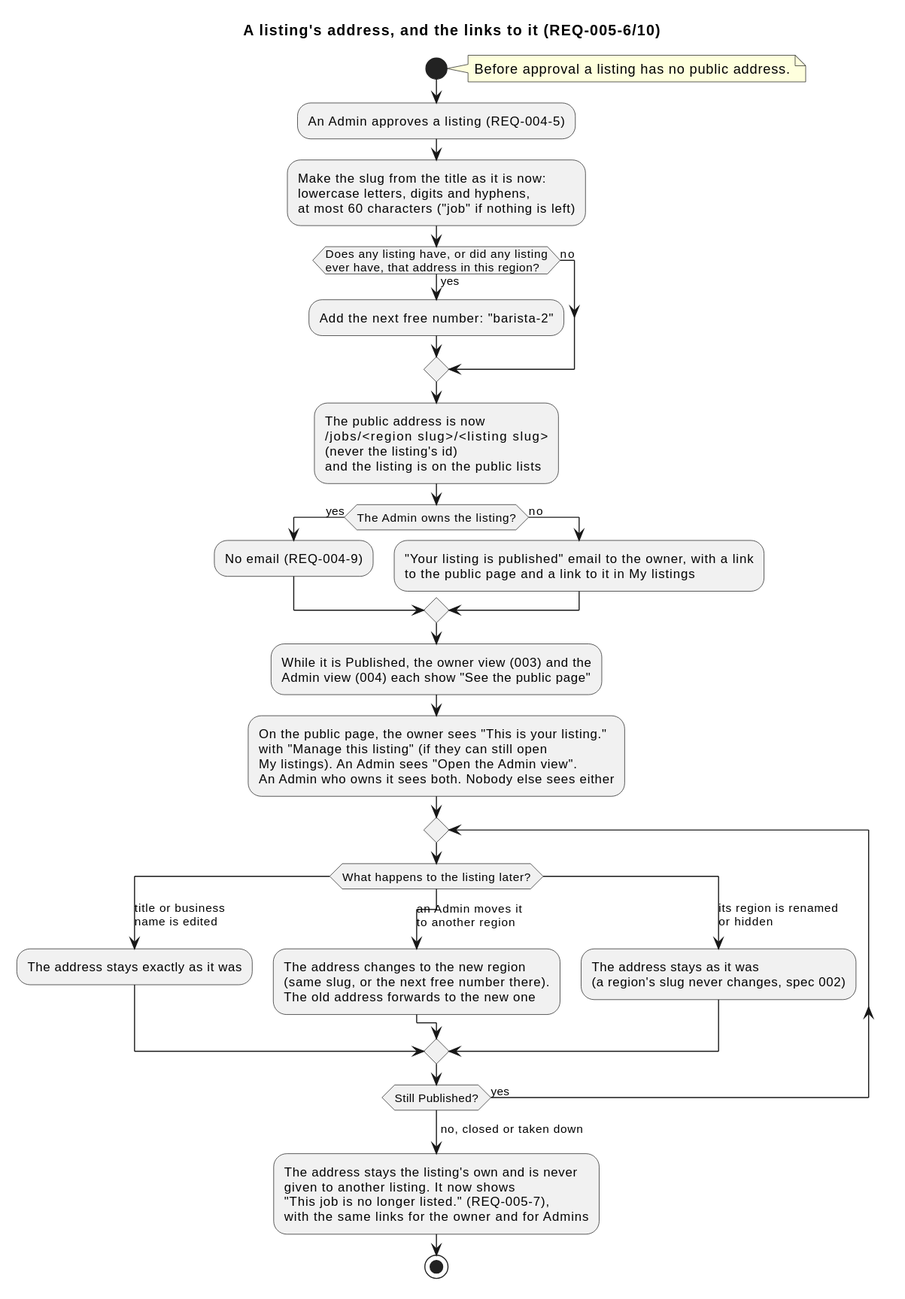
Earlier version of the PlantUML export docs/specs/005-public-browse-search/diagrams/activity-address-and-links.svg (raseniero/jairojobs-elixir). Source of this version:
```plantuml
@startuml
title A listing's address, and the links to it (REQ-005-6/10)

start
note right
  Before approval a listing has no public address.
end note
:An Admin approves a listing (REQ-004-5);
:Make the slug from the title as it is now:
lowercase letters, digits and hyphens,
at most 60 characters ("job" if nothing is left);
if (Does any listing have, or did any listing\never have, that address in this region?) then (yes)
  :Add the next free number: "barista-2";
else (no)
endif
:The public address is now
/jobs/<region slug>/<listing slug>
(never the listing's id)
and the listing is on the public lists;
if (The Admin owns the listing?) then (yes)
  :No email (REQ-004-9);
else (no)
  :"Your listing is published" email to the owner, with a link
  to the public page and a link to it in My listings;
endif
:While it is Published, the owner view (003) and the
Admin view (004) each show "See the public page";
:On the public page, the owner sees "This is your listing."
with "Manage this listing" (if they can still open
My listings). An Admin sees "Open the Admin view".
An Admin who owns it sees both. Nobody else sees either;
repeat
  switch (What happens to the listing later?)
  case (title or business\nname is edited)
    :The address stays exactly as it was;
  case (an Admin moves it\nto another region)
    :The address changes to the new region
    (same slug, or the next free number there).
    The old address forwards to the new one;
  case (its region is renamed\nor hidden)
    :The address stays as it was
    (a region's slug never changes, spec 002);
  endswitch
repeat while (Still Published?) is (yes)
->no, closed or taken down;
:The address stays the listing's own and is never
given to another listing. It now shows
"This job is no longer listed." (REQ-005-7),
with the same links for the owner and for Admins;
stop
@enduml
```
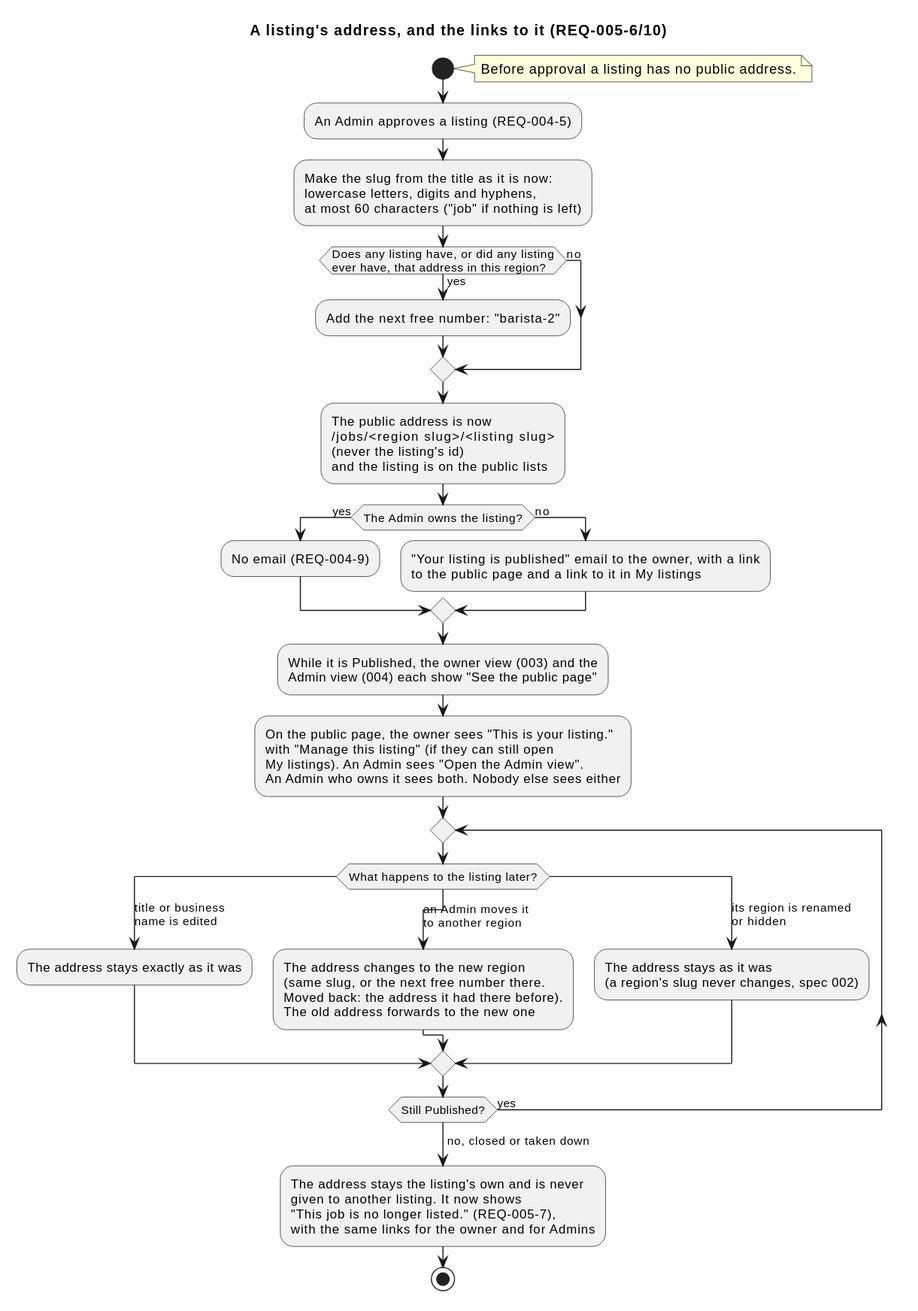
After the commit.

Change to the diagram source:
```diff
@@ -35,7 +35,8 @@
     :The address stays exactly as it was;
   case (an Admin moves it\nto another region)
     :The address changes to the new region
-    (same slug, or the next free number there).
+    (same slug, or the next free number there.
+    Moved back: the address it had there before).
     The old address forwards to the new one;
   case (its region is renamed\nor hidden)
     :The address stays as it was
```
